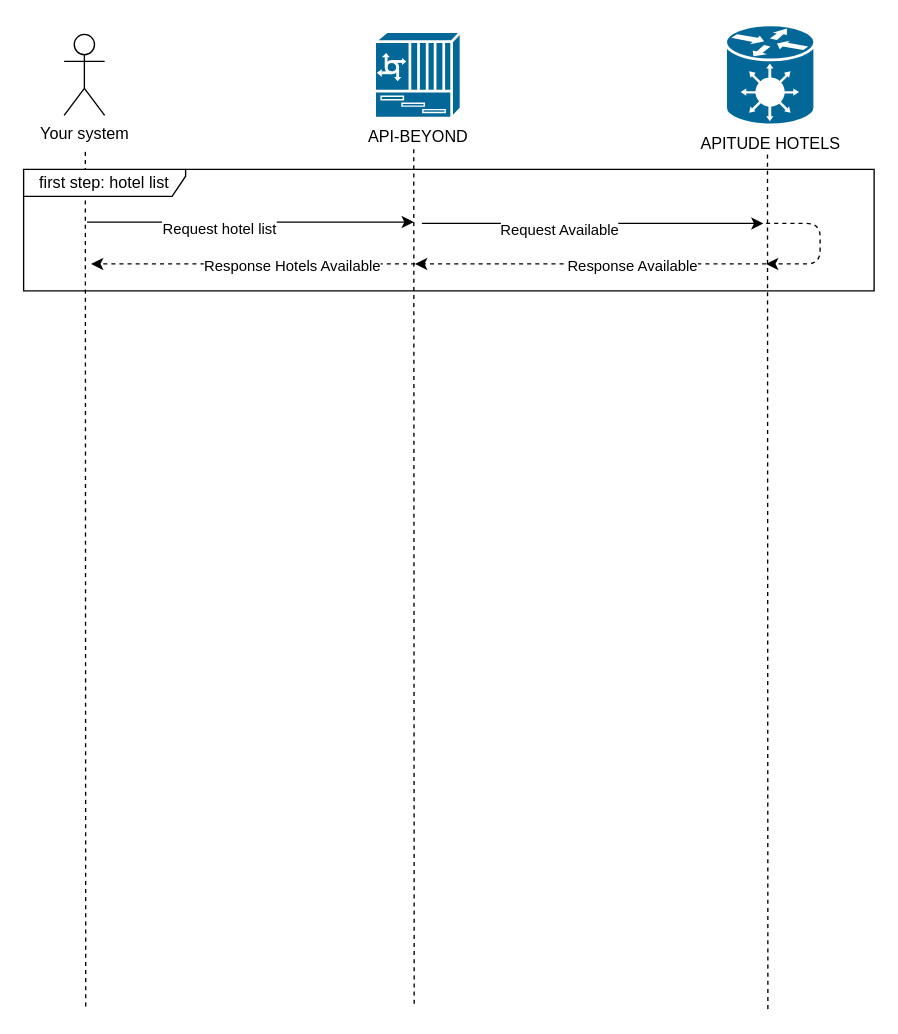
Above: Untitled Diagram.drawio in martin871/GitHUB (draw.io), before the change. Source tidied: cells renumbered, new cells numbered last; positions are measured from the earlier drawing's top-left corner, leaving out a move shared by most shapes. Both pictures are drawn from the tidied source at 135%, with x=0, y=0 at pixel (23, 24).
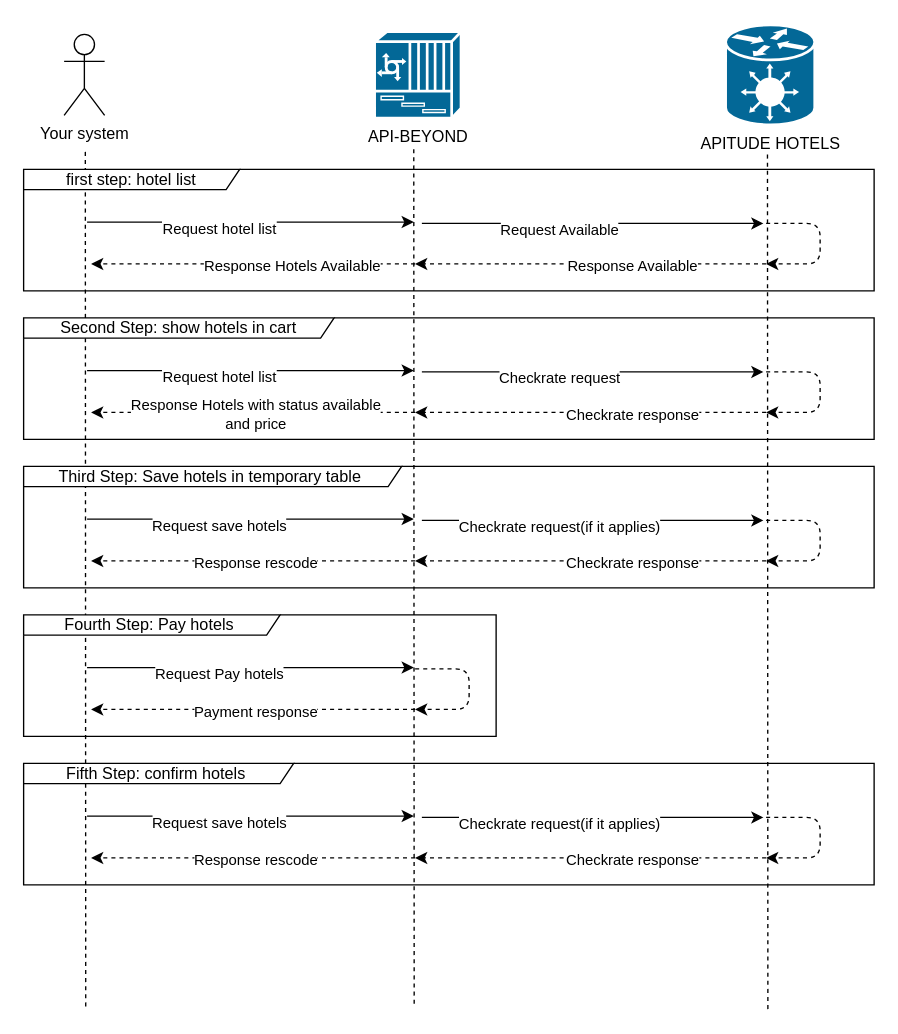
After the change.

The edit, as a diff of the source:
```diff
@@
-    <mxCell id="6" value="first step: hotel list" style="shape=umlFrame;whiteSpace=wrap;html=1;width=120;height=20;" parent="1" vertex="1">
+    <mxCell id="6" value="first step: hotel list" style="shape=umlFrame;whiteSpace=wrap;html=1;width=160;height=15;" parent="1" vertex="1">
       <mxGeometry y="107" width="630" height="90" as="geometry" />
     </mxCell>
@@
+    <mxCell id="18" value="Second Step: show hotels in cart" style="shape=umlFrame;whiteSpace=wrap;html=1;width=230;height=15;" parent="1" vertex="1">
+      <mxGeometry y="217" width="630" height="90" as="geometry" />
+    </mxCell>
+    <mxCell id="19" style="endArrow=classic;html=1;exitX=0.095;exitY=0.556;exitDx=0;exitDy=0;exitPerimeter=0;" parent="1" edge="1">
+      <mxGeometry relative="1" as="geometry">
+        <mxPoint x="47" y="256" as="sourcePoint" />
+        <mxPoint x="289" y="256" as="targetPoint" />
+      </mxGeometry>
+    </mxCell>
+    <mxCell id="20" value="Request hotel list" style="edgeLabel;html=1;align=center;verticalAlign=middle;" parent="19" vertex="1">
+      <mxGeometry x="-0.2" y="-4" relative="1" as="geometry" />
+    </mxCell>
+    <mxCell id="21" style="endArrow=classic;html=1;exitX=0.095;exitY=0.556;exitDx=0;exitDy=0;exitPerimeter=0;" parent="1" edge="1">
+      <mxGeometry relative="1" as="geometry">
+        <mxPoint x="295" y="257" as="sourcePoint" />
+        <mxPoint x="548" y="257" as="targetPoint" />
+      </mxGeometry>
+    </mxCell>
+    <mxCell id="22" value="Checkrate request" style="edgeLabel;html=1;align=center;verticalAlign=middle;" parent="21" vertex="1">
+      <mxGeometry x="-0.2" y="-4" relative="1" as="geometry" />
+    </mxCell>
+    <mxCell id="23" style="endArrow=classic;html=1;dashed=1;" parent="1" edge="1">
+      <mxGeometry relative="1" as="geometry">
+        <mxPoint x="550" y="257" as="sourcePoint" />
+        <mxPoint x="550" y="287" as="targetPoint" />
+        <Array as="points">
+          <mxPoint x="590" y="257" />
+          <mxPoint x="590" y="287" />
+        </Array>
+      </mxGeometry>
+    </mxCell>
+    <mxCell id="24" style="endArrow=classic;html=1;dashed=1;" parent="1" edge="1">
+      <mxGeometry relative="1" as="geometry">
+        <mxPoint x="550" y="287" as="sourcePoint" />
+        <mxPoint x="290" y="287" as="targetPoint" />
+      </mxGeometry>
+    </mxCell>
+    <mxCell id="25" value="Checkrate response" style="edgeLabel;html=1;align=center;verticalAlign=middle;" parent="24" vertex="1">
+      <mxGeometry x="-0.23" y="1" relative="1" as="geometry" />
+    </mxCell>
+    <mxCell id="26" style="endArrow=classic;html=1;dashed=1;" parent="1" edge="1">
+      <mxGeometry relative="1" as="geometry">
+        <mxPoint x="290" y="287" as="sourcePoint" />
+        <mxPoint x="50" y="287" as="targetPoint" />
+      </mxGeometry>
+    </mxCell>
+    <mxCell id="27" value="Response Hotels with status available &lt;br&gt;and price" style="edgeLabel;html=1;align=center;verticalAlign=middle;" parent="26" vertex="1">
+      <mxGeometry x="-0.23" y="1" relative="1" as="geometry">
+        <mxPoint x="-27" as="offset" />
+      </mxGeometry>
+    </mxCell>
+    <mxCell id="28" value="Third Step: Save hotels in temporary table&amp;nbsp;" style="shape=umlFrame;whiteSpace=wrap;html=1;width=280;height=15;" parent="1" vertex="1">
+      <mxGeometry y="327" width="630" height="90" as="geometry" />
+    </mxCell>
+    <mxCell id="29" style="endArrow=classic;html=1;exitX=0.095;exitY=0.556;exitDx=0;exitDy=0;exitPerimeter=0;" parent="1" edge="1">
+      <mxGeometry relative="1" as="geometry">
+        <mxPoint x="47" y="366" as="sourcePoint" />
+        <mxPoint x="289" y="366" as="targetPoint" />
+      </mxGeometry>
+    </mxCell>
+    <mxCell id="30" value="Request save hotels" style="edgeLabel;html=1;align=center;verticalAlign=middle;" parent="29" vertex="1">
+      <mxGeometry x="-0.2" y="-4" relative="1" as="geometry" />
+    </mxCell>
+    <mxCell id="31" style="endArrow=classic;html=1;exitX=0.095;exitY=0.556;exitDx=0;exitDy=0;exitPerimeter=0;" parent="1" edge="1">
+      <mxGeometry relative="1" as="geometry">
+        <mxPoint x="295" y="367" as="sourcePoint" />
+        <mxPoint x="548" y="367" as="targetPoint" />
+      </mxGeometry>
+    </mxCell>
+    <mxCell id="32" value="Checkrate request(if it applies)" style="edgeLabel;html=1;align=center;verticalAlign=middle;" parent="31" vertex="1">
+      <mxGeometry x="-0.2" y="-4" relative="1" as="geometry" />
+    </mxCell>
+    <mxCell id="33" style="endArrow=classic;html=1;dashed=1;" parent="1" edge="1">
+      <mxGeometry relative="1" as="geometry">
+        <mxPoint x="550" y="367" as="sourcePoint" />
+        <mxPoint x="550" y="397" as="targetPoint" />
+        <Array as="points">
+          <mxPoint x="590" y="367" />
+          <mxPoint x="590" y="397" />
+        </Array>
+      </mxGeometry>
+    </mxCell>
+    <mxCell id="34" style="endArrow=classic;html=1;dashed=1;" parent="1" edge="1">
+      <mxGeometry relative="1" as="geometry">
+        <mxPoint x="550" y="397" as="sourcePoint" />
+        <mxPoint x="290" y="397" as="targetPoint" />
+      </mxGeometry>
+    </mxCell>
+    <mxCell id="35" value="Checkrate response" style="edgeLabel;html=1;align=center;verticalAlign=middle;" parent="34" vertex="1">
+      <mxGeometry x="-0.23" y="1" relative="1" as="geometry" />
+    </mxCell>
+    <mxCell id="36" style="endArrow=classic;html=1;dashed=1;" parent="1" edge="1">
+      <mxGeometry relative="1" as="geometry">
+        <mxPoint x="290" y="397" as="sourcePoint" />
+        <mxPoint x="50" y="397" as="targetPoint" />
+      </mxGeometry>
+    </mxCell>
+    <mxCell id="37" value="Response rescode" style="edgeLabel;html=1;align=center;verticalAlign=middle;" parent="36" vertex="1">
+      <mxGeometry x="-0.23" y="1" relative="1" as="geometry">
+        <mxPoint x="-27" as="offset" />
+      </mxGeometry>
+    </mxCell>
+    <mxCell id="38" value="Fourth Step: Pay hotels&amp;nbsp;" style="shape=umlFrame;whiteSpace=wrap;html=1;width=190;height=15;" parent="1" vertex="1">
+      <mxGeometry y="437" width="350" height="90" as="geometry" />
+    </mxCell>
+    <mxCell id="39" style="endArrow=classic;html=1;exitX=0.095;exitY=0.556;exitDx=0;exitDy=0;exitPerimeter=0;" parent="1" edge="1">
+      <mxGeometry relative="1" as="geometry">
+        <mxPoint x="47" y="476" as="sourcePoint" />
+        <mxPoint x="289" y="476" as="targetPoint" />
+      </mxGeometry>
+    </mxCell>
+    <mxCell id="40" value="Request Pay hotels" style="edgeLabel;html=1;align=center;verticalAlign=middle;" parent="39" vertex="1">
+      <mxGeometry x="-0.2" y="-4" relative="1" as="geometry" />
+    </mxCell>
+    <mxCell id="41" style="endArrow=classic;html=1;dashed=1;" parent="1" edge="1">
+      <mxGeometry relative="1" as="geometry">
+        <mxPoint x="290" y="477" as="sourcePoint" />
+        <mxPoint x="290" y="507" as="targetPoint" />
+        <Array as="points">
+          <mxPoint x="330" y="477" />
+          <mxPoint x="330" y="507" />
+        </Array>
+      </mxGeometry>
+    </mxCell>
+    <mxCell id="42" style="endArrow=classic;html=1;dashed=1;" parent="1" edge="1">
+      <mxGeometry relative="1" as="geometry">
+        <mxPoint x="290" y="507" as="sourcePoint" />
+        <mxPoint x="50" y="507" as="targetPoint" />
+      </mxGeometry>
+    </mxCell>
+    <mxCell id="43" value="Payment response" style="edgeLabel;html=1;align=center;verticalAlign=middle;" parent="42" vertex="1">
+      <mxGeometry x="-0.23" y="1" relative="1" as="geometry">
+        <mxPoint x="-27" as="offset" />
+      </mxGeometry>
+    </mxCell>
+    <mxCell id="44" value="Fifth Step: confirm hotels&amp;nbsp;" style="shape=umlFrame;whiteSpace=wrap;html=1;width=200;height=15;" parent="1" vertex="1">
+      <mxGeometry y="547" width="630" height="90" as="geometry" />
+    </mxCell>
+    <mxCell id="45" style="endArrow=classic;html=1;exitX=0.095;exitY=0.556;exitDx=0;exitDy=0;exitPerimeter=0;" parent="1" edge="1">
+      <mxGeometry relative="1" as="geometry">
+        <mxPoint x="47" y="586" as="sourcePoint" />
+        <mxPoint x="289" y="586" as="targetPoint" />
+      </mxGeometry>
+    </mxCell>
+    <mxCell id="46" value="Request save hotels" style="edgeLabel;html=1;align=center;verticalAlign=middle;" parent="45" vertex="1">
+      <mxGeometry x="-0.2" y="-4" relative="1" as="geometry" />
+    </mxCell>
+    <mxCell id="47" style="endArrow=classic;html=1;exitX=0.095;exitY=0.556;exitDx=0;exitDy=0;exitPerimeter=0;" parent="1" edge="1">
+      <mxGeometry relative="1" as="geometry">
+        <mxPoint x="295" y="587" as="sourcePoint" />
+        <mxPoint x="548" y="587" as="targetPoint" />
+      </mxGeometry>
+    </mxCell>
+    <mxCell id="48" value="Checkrate request(if it applies)" style="edgeLabel;html=1;align=center;verticalAlign=middle;" parent="47" vertex="1">
+      <mxGeometry x="-0.2" y="-4" relative="1" as="geometry" />
+    </mxCell>
+    <mxCell id="49" style="endArrow=classic;html=1;dashed=1;" parent="1" edge="1">
+      <mxGeometry relative="1" as="geometry">
+        <mxPoint x="550" y="587" as="sourcePoint" />
+        <mxPoint x="550" y="617" as="targetPoint" />
+        <Array as="points">
+          <mxPoint x="590" y="587" />
+          <mxPoint x="590" y="617" />
+        </Array>
+      </mxGeometry>
+    </mxCell>
+    <mxCell id="50" style="endArrow=classic;html=1;dashed=1;" parent="1" edge="1">
+      <mxGeometry relative="1" as="geometry">
+        <mxPoint x="550" y="617" as="sourcePoint" />
+        <mxPoint x="290" y="617" as="targetPoint" />
+      </mxGeometry>
+    </mxCell>
+    <mxCell id="51" value="Checkrate response" style="edgeLabel;html=1;align=center;verticalAlign=middle;" parent="50" vertex="1">
+      <mxGeometry x="-0.23" y="1" relative="1" as="geometry" />
+    </mxCell>
+    <mxCell id="52" style="endArrow=classic;html=1;dashed=1;" parent="1" edge="1">
+      <mxGeometry relative="1" as="geometry">
+        <mxPoint x="290" y="617" as="sourcePoint" />
+        <mxPoint x="50" y="617" as="targetPoint" />
+      </mxGeometry>
+    </mxCell>
+    <mxCell id="53" value="Response rescode" style="edgeLabel;html=1;align=center;verticalAlign=middle;" parent="52" vertex="1">
+      <mxGeometry x="-0.23" y="1" relative="1" as="geometry">
+        <mxPoint x="-27" as="offset" />
+      </mxGeometry>
+    </mxCell>
```
